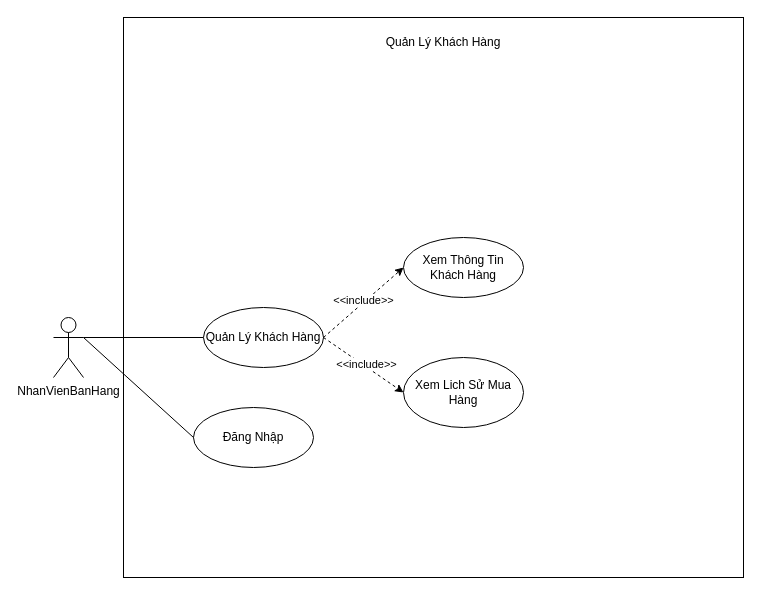
maivantai2003/Database keeps this draw.io diagram as UseCase.drawio. Above is the earlier version. Source tidied: cells renumbered, new cells numbered last; positions are measured from the earlier drawing's top-left corner, leaving out a move shared by most shapes. Both pictures are drawn from the tidied source at 100%, with x=0, y=0 at pixel (53, 17).
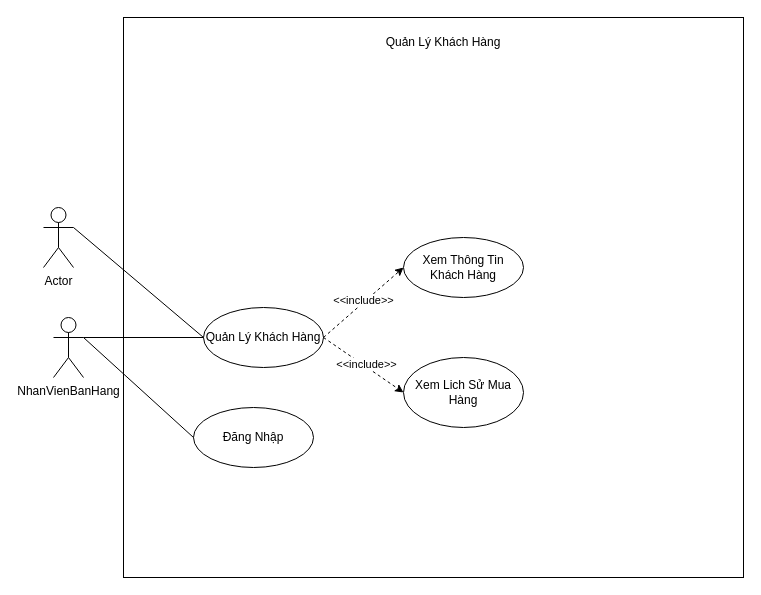
The same diagram, later.

Commit message:
Cập nhật UseCase.drawio

What changed in the source:
```diff
@@
 <mxGraphModel>
   <root>
     <mxCell id="0" />
     <mxCell id="1" parent="0" />
     <mxCell id="2" style="rounded=0;whiteSpace=wrap;html=1;" parent="1" vertex="1">
       <mxGeometry x="70" width="620" height="560" as="geometry" />
     </mxCell>
     <mxCell id="3" value="NhanVienBanHang" style="shape=umlActor;verticalLabelPosition=bottom;verticalAlign=top;html=1;outlineConnect=0;" parent="1" vertex="1">
       <mxGeometry y="300" width="30" height="60" as="geometry" />
     </mxCell>
     <mxCell id="4" style="endArrow=none;html=1;rounded=0;exitX=1;exitY=0.3333333333333333;exitDx=0;exitDy=0;exitPerimeter=0;entryX=0;entryY=0.5;entryDx=0;entryDy=0;endFill=0;" parent="1" edge="1" source="3" target="5">
       <mxGeometry relative="1" as="geometry" />
     </mxCell>
     <mxCell id="5" value="Quản Lý Khách Hàng" style="ellipse;whiteSpace=wrap;html=1;" parent="1" vertex="1">
       <mxGeometry x="150" y="290" width="120" height="60" as="geometry" />
     </mxCell>
     <mxCell id="6" value="Xem Thông Tin Khách Hàng" style="ellipse;whiteSpace=wrap;html=1;" parent="1" vertex="1">
       <mxGeometry x="350" y="220" width="120" height="60" as="geometry" />
     </mxCell>
     <mxCell id="7" value="Xem Lich Sử Mua Hàng" style="ellipse;whiteSpace=wrap;html=1;" parent="1" vertex="1">
       <mxGeometry x="350" y="340" width="120" height="70" as="geometry" />
     </mxCell>
     <mxCell id="8" style="endArrow=classic;html=1;rounded=0;exitX=1;exitY=0.5;exitDx=0;exitDy=0;entryX=0;entryY=0.5;entryDx=0;entryDy=0;dashed=1;" parent="1" edge="1" source="5" target="6">
       <mxGeometry relative="1" as="geometry" />
     </mxCell>
     <mxCell id="9" value="&amp;lt;&amp;lt;include&amp;gt;&amp;gt;" style="edgeLabel;html=1;align=center;verticalAlign=middle;" parent="8" vertex="1">
       <mxGeometry x="0.02" y="2" relative="1" as="geometry" />
     </mxCell>
     <mxCell id="10" style="endArrow=classic;html=1;rounded=0;exitX=1;exitY=0.5;exitDx=0;exitDy=0;entryX=0;entryY=0.5;entryDx=0;entryDy=0;dashed=1;" parent="1" edge="1" source="5" target="7">
       <mxGeometry relative="1" as="geometry" />
     </mxCell>
     <mxCell id="11" value="&amp;lt;&amp;lt;include&amp;gt;&amp;gt;" style="edgeLabel;html=1;align=center;verticalAlign=middle;" parent="10" vertex="1">
       <mxGeometry x="0.02" y="2" relative="1" as="geometry" />
     </mxCell>
     <mxCell id="12" value="Quản Lý Khách Hàng" style="text;html=1;strokeColor=none;fillColor=none;align=center;verticalAlign=middle;whiteSpace=wrap;rounded=0;" parent="1" vertex="1">
       <mxGeometry x="280" y="10" width="220" height="30" as="geometry" />
     </mxCell>
     <mxCell id="13" value="Đăng Nhập" style="ellipse;whiteSpace=wrap;html=1;" parent="1" vertex="1">
       <mxGeometry x="140" y="390" width="120" height="60" as="geometry" />
     </mxCell>
     <mxCell id="14" style="endArrow=none;html=1;rounded=0;exitX=1;exitY=0.3333333333333333;exitDx=0;exitDy=0;exitPerimeter=0;entryX=0;entryY=0.5;entryDx=0;entryDy=0;" parent="1" edge="1" source="3" target="13">
       <mxGeometry relative="1" as="geometry" />
     </mxCell>
+    <mxCell id="15" value="Actor" style="shape=umlActor;verticalLabelPosition=bottom;verticalAlign=top;html=1;outlineConnect=0;" parent="1" vertex="1">
+      <mxGeometry x="-10" y="190" width="30" height="60" as="geometry" />
+    </mxCell>
+    <mxCell id="16" style="endArrow=none;html=1;rounded=0;exitX=1;exitY=0.3333333333333333;exitDx=0;exitDy=0;exitPerimeter=0;entryX=0;entryY=0.5;entryDx=0;entryDy=0;" parent="1" edge="1" source="15" target="5">
+      <mxGeometry relative="1" as="geometry" />
+    </mxCell>
   </root>
 </mxGraphModel>
```
